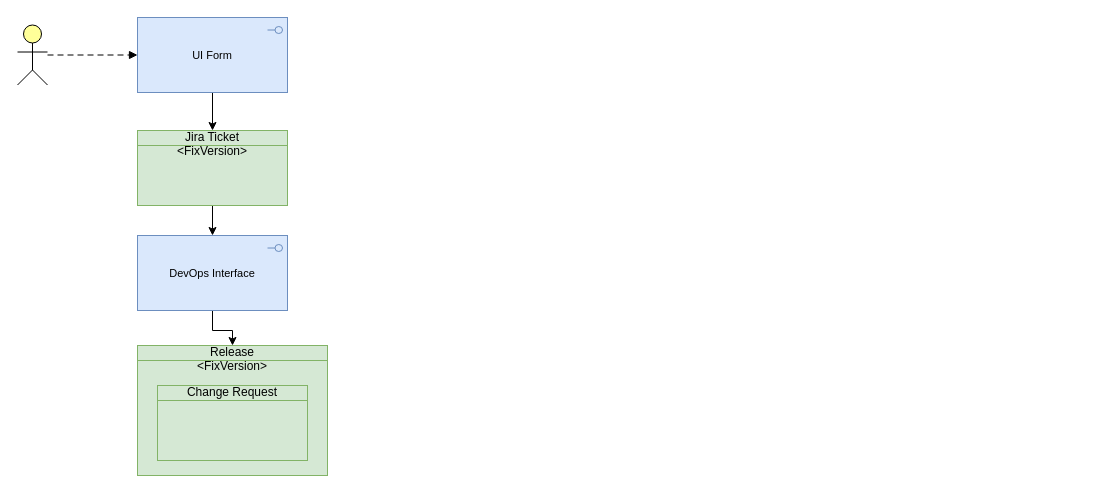
This is aldiRm.drawio from algimas/tmp, a draw.io file, before an edit. Source tidied: cells renumbered, new cells numbered last; positions are measured from the earlier drawing's top-left corner, leaving out a move shared by most shapes. Both pictures are drawn from the tidied source at 100%, with x=0, y=0 at pixel (17, 17).
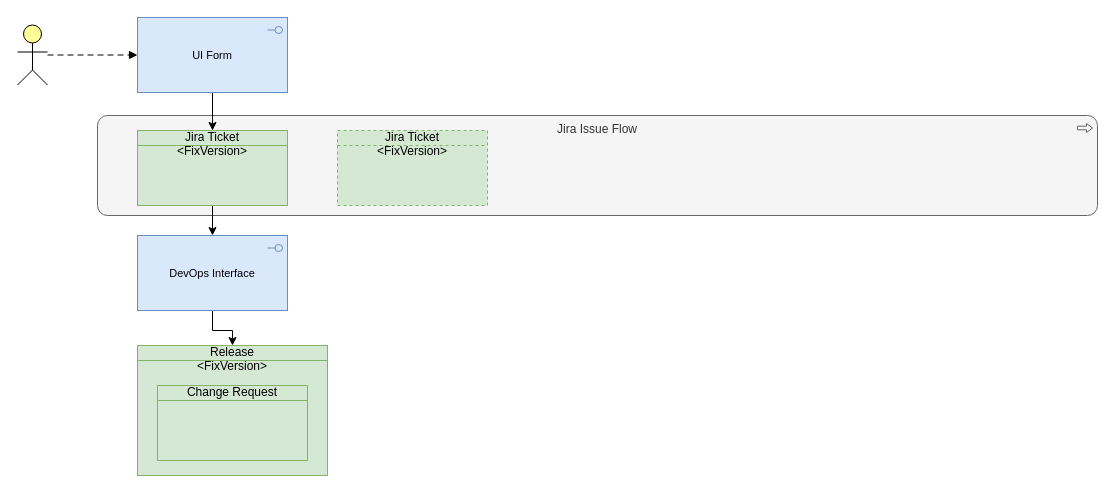
After the change.

Diff of the diagram source:
```diff
@@
 <mxGraphModel>
   <root>
     <mxCell id="0" />
     <mxCell id="1" parent="0" />
+    <mxCell id="12" value="Jira Issue Flow" style="html=1;whiteSpace=wrap;fillColor=#f5f5f5;shape=mxgraph.archimate3.application;appType=proc;archiType=rounded;strokeColor=#666666;verticalAlign=top;fontColor=#333333;" parent="1" vertex="1">
+      <mxGeometry x="80" y="98" width="1000" height="100" as="geometry" />
+    </mxCell>
     <mxCell id="2" style="html=1;outlineConnect=0;whiteSpace=wrap;fillColor=#ffff99;verticalLabelPosition=bottom;verticalAlign=top;align=center;shape=mxgraph.archimate3.actor;" parent="1" vertex="1">
       <mxGeometry y="7.5" width="30" height="60" as="geometry" />
     </mxCell>
     <mxCell id="3" style="html=1;endArrow=block;dashed=1;elbow=vertical;endFill=1;dashPattern=6 4;rounded=0;" parent="1" edge="1" source="2" target="5">
       <mxGeometry relative="1" as="geometry" />
     </mxCell>
     <mxCell id="4" style="edgeStyle=orthogonalEdgeStyle;rounded=0;jettySize=auto;html=1;" parent="1" edge="1" source="5" target="7">
       <mxGeometry relative="1" as="geometry" />
     </mxCell>
     <mxCell id="5" value="UI Form" style="html=1;outlineConnect=0;whiteSpace=wrap;fillColor=#dae8fc;shape=mxgraph.archimate3.application;appType=interface;archiType=square;fontSize=11;strokeColor=#6c8ebf;" parent="1" vertex="1">
       <mxGeometry x="120" width="150" height="75" as="geometry" />
     </mxCell>
     <mxCell id="6" style="edgeStyle=orthogonalEdgeStyle;rounded=0;jettySize=auto;html=1;" parent="1" edge="1" source="7" target="11">
       <mxGeometry relative="1" as="geometry" />
     </mxCell>
     <mxCell id="7" value="&lt;div&gt;Jira Ticket&lt;br&gt;&lt;/div&gt;&lt;div&gt;&amp;lt;FixVersion&amp;gt;&lt;/div&gt;" style="html=1;outlineConnect=0;whiteSpace=wrap;fillColor=#d5e8d4;shape=mxgraph.archimate3.businessObject;overflow=fill;strokeColor=#82b366;" parent="1" vertex="1">
       <mxGeometry x="120" y="113" width="150" height="75" as="geometry" />
     </mxCell>
     <mxCell id="8" value="&lt;div&gt;Release&lt;br&gt;&lt;/div&gt;&lt;div&gt;&amp;lt;FixVersion&amp;gt;&lt;/div&gt;" style="html=1;outlineConnect=0;whiteSpace=wrap;fillColor=#d5e8d4;shape=mxgraph.archimate3.businessObject;overflow=fill;strokeColor=#82b366;" parent="1" vertex="1">
       <mxGeometry x="120" y="328" width="190" height="130" as="geometry" />
     </mxCell>
     <mxCell id="9" value="&lt;div&gt;Change Request&lt;br&gt;&lt;/div&gt;&lt;div&gt;&lt;br&gt;&lt;/div&gt;" style="html=1;whiteSpace=wrap;fillColor=#d5e8d4;shape=mxgraph.archimate3.businessObject;overflow=fill;strokeColor=#82b366;" parent="1" vertex="1">
       <mxGeometry x="140" y="368" width="150" height="75" as="geometry" />
     </mxCell>
     <mxCell id="10" style="edgeStyle=orthogonalEdgeStyle;rounded=0;jettySize=auto;html=1;" parent="1" edge="1" source="11" target="8">
       <mxGeometry relative="1" as="geometry" />
     </mxCell>
     <mxCell id="11" value="DevOps Interface" style="html=1;outlineConnect=0;whiteSpace=wrap;fillColor=#dae8fc;shape=mxgraph.archimate3.application;appType=interface;archiType=square;fontSize=11;strokeColor=#6c8ebf;" parent="1" vertex="1">
       <mxGeometry x="120" y="218" width="150" height="75" as="geometry" />
     </mxCell>
+    <mxCell id="13" value="&lt;div&gt;Jira Ticket&lt;br&gt;&lt;/div&gt;&lt;div&gt;&amp;lt;FixVersion&amp;gt;&lt;/div&gt;" style="html=1;whiteSpace=wrap;fillColor=#d5e8d4;shape=mxgraph.archimate3.businessObject;overflow=fill;strokeColor=#82b366;dashed=1;" parent="1" vertex="1">
+      <mxGeometry x="320" y="113" width="150" height="75" as="geometry" />
+    </mxCell>
   </root>
 </mxGraphModel>
```
